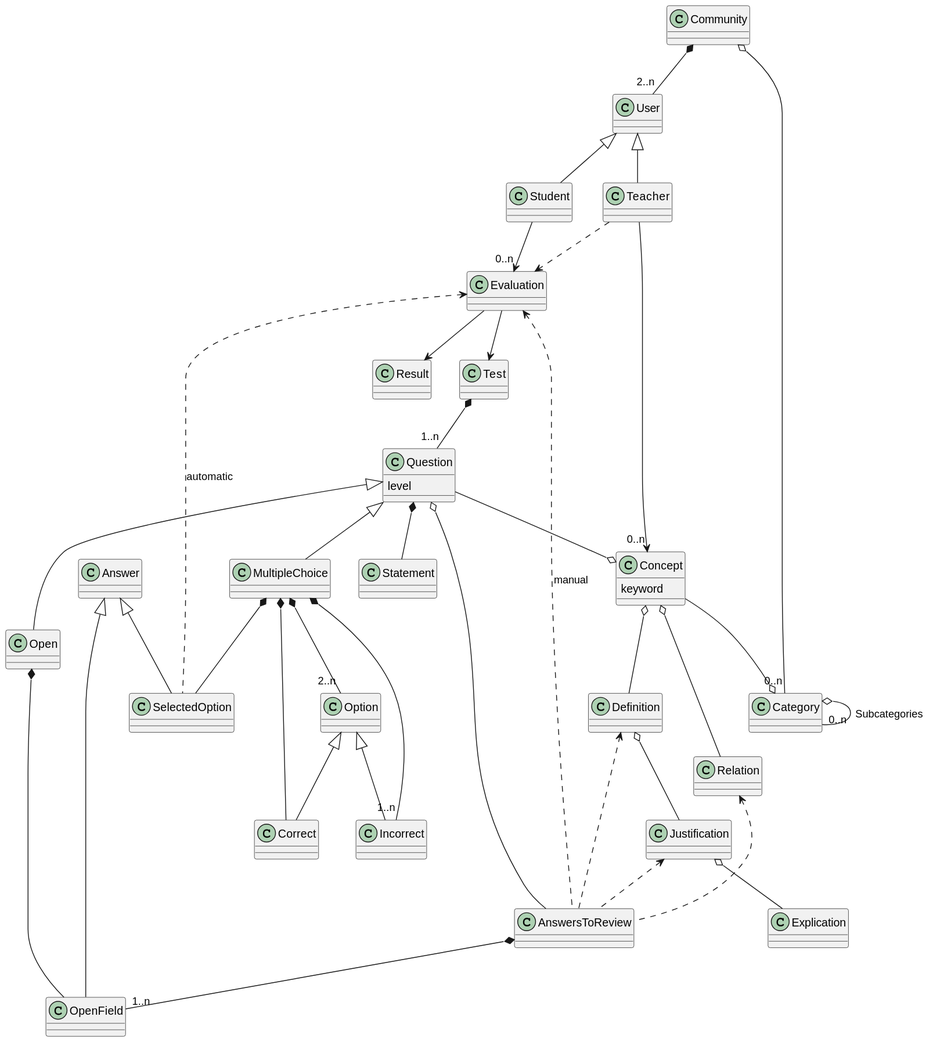
Before: out/doc/dominio_clases/OpoTestDomain.svg, a diagram exported from PlantUML (Joselon/ProyectoOpoTest).
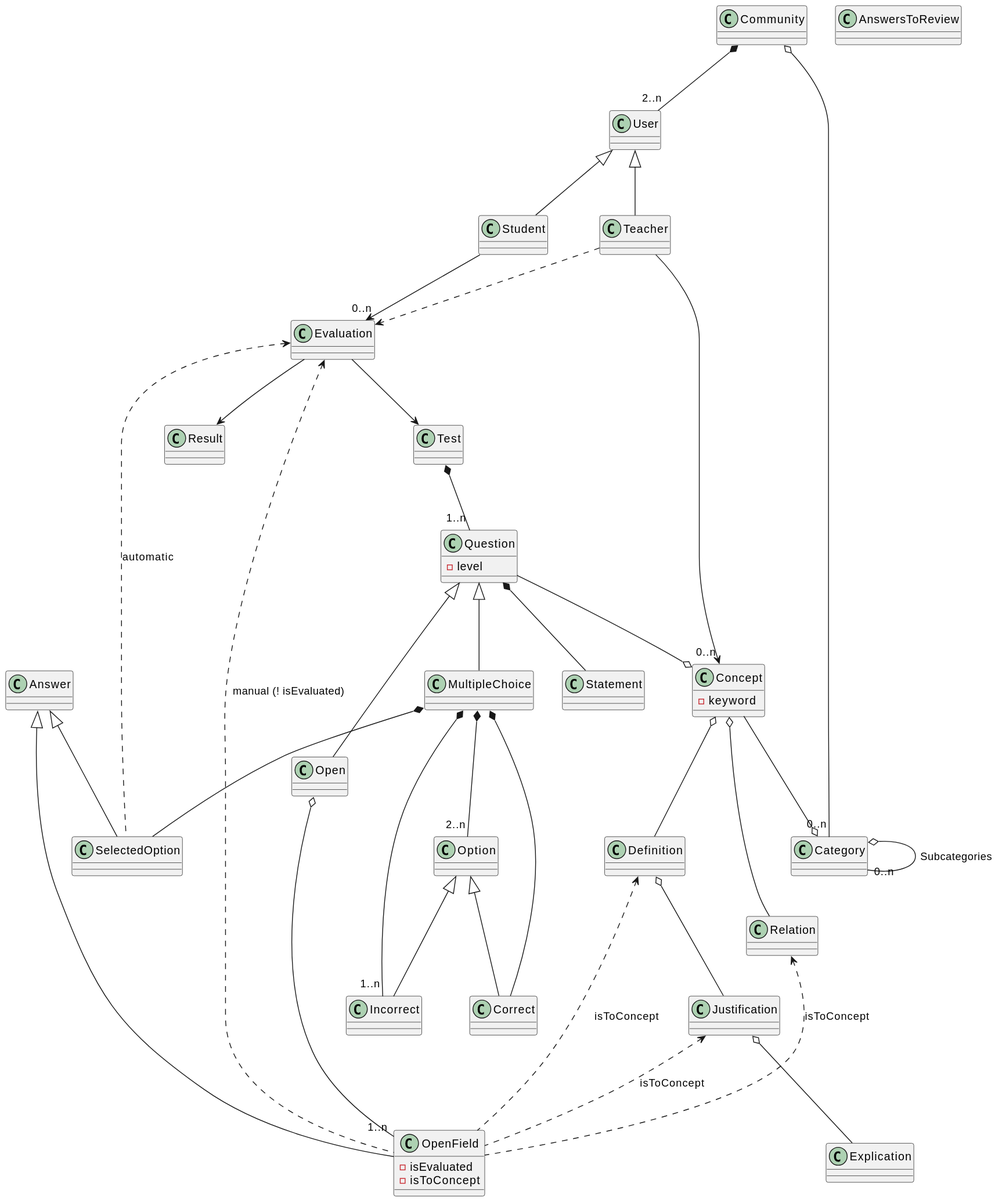
Above is the later version.

What changed in the source:
```diff
@@ -19,11 +19,11 @@
 class AnswersToReview
 
 class Concept {
-    keyword
+    - keyword
 }
 
 class Question {
-    level
+    - level
 }
 
 class Statement
@@ -40,13 +40,16 @@
 
 Class Incorrect
 
-class OpenField
+class OpenField {
+    - isEvaluated
+    - isToConcept
+}
 
 Class SelectedOption
 
 
-Community *-- "2..n" User
-Community o-- "0..n" Category
+Community *--"2..n" User
+Community o--"0..n" Category
 
 Category o--"0..n" Category : Subcategories
 
@@ -61,32 +64,31 @@
 Justification o-- Explication
 Concept o-- Relation
 
-Student --> "0..n" Evaluation
+Student -->"0..n" Evaluation
 Evaluation --> Test
 Evaluation --> Result
 
 Teacher ..> Evaluation
-AnswersToReview *-- "1..n" OpenField
-Definition <.. AnswersToReview
-Justification <.. AnswersToReview
-Relation <.. AnswersToReview
+Definition <.. OpenField :isToConcept
+Justification <.. OpenField :isToConcept
+Relation <.. OpenField :isToConcept
 
-Evaluation <.. AnswersToReview : manual
+Evaluation <.. OpenField : manual (! isEvaluated)
 Evaluation <.. SelectedOption : automatic
 
-Test *-- "1..n" Question
+Test *--"1..n" Question
 Question <|-- MultipleChoice
 Question <|-- Open
 Question *--   Statement
-MultipleChoice *-- "2..n" Option
+MultipleChoice *--"2..n" Option
 Option <|-- Incorrect
 Option <|-- Correct
 MultipleChoice *-- Correct
-MultipleChoice *-- "1..n" Incorrect
+MultipleChoice *--"1..n" Incorrect
 MultipleChoice *-- SelectedOption
-Open *-- OpenField
+Open o--"1..n" OpenField
 Answer <|-- OpenField
 Answer <|-- SelectedOption
-Question o-- AnswersToReview
+
 
 @enduml
```
